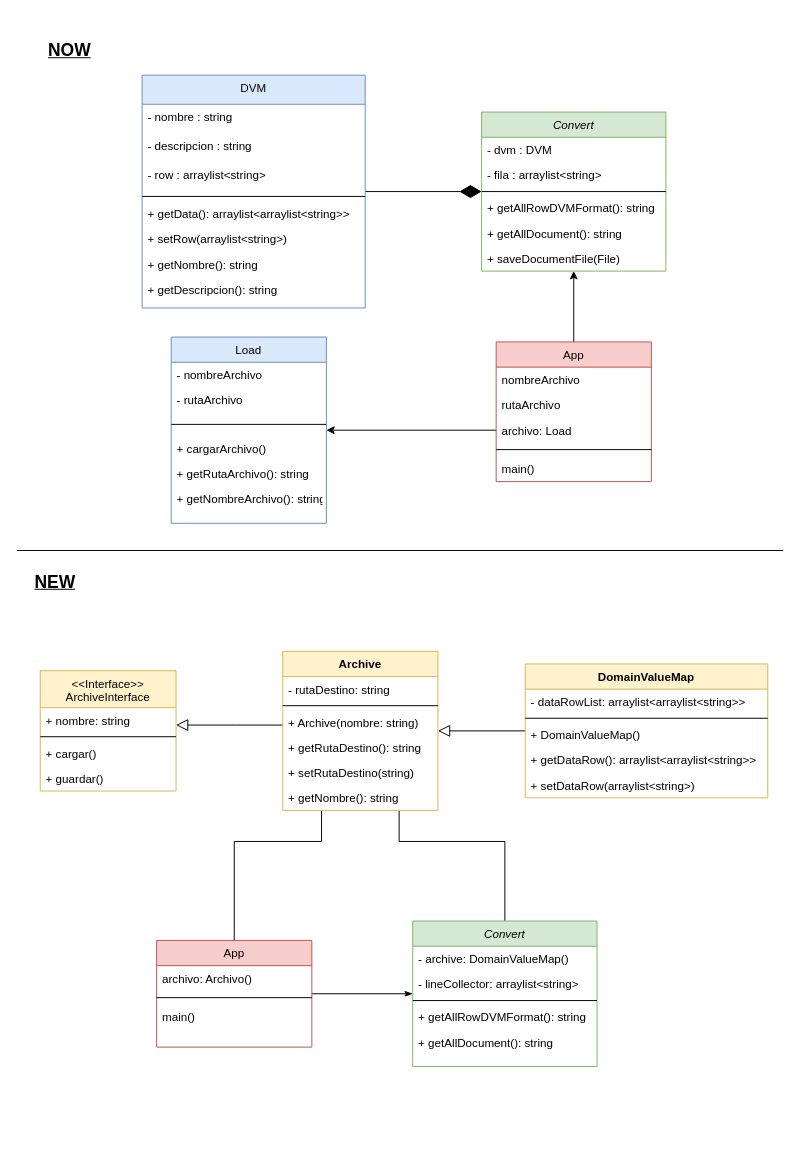
The draw.io diagram doc/diagrama_de_clase/ExcelToDVM.drawio in mbrantt/excel-to-dvm, before the edit. Source tidied: cells renumbered, new cells numbered last; positions are measured from the earlier drawing's top-left corner, leaving out a move shared by most shapes. Both pictures are drawn from the tidied source at 97%, with x=0, y=0 at pixel (16, 26).
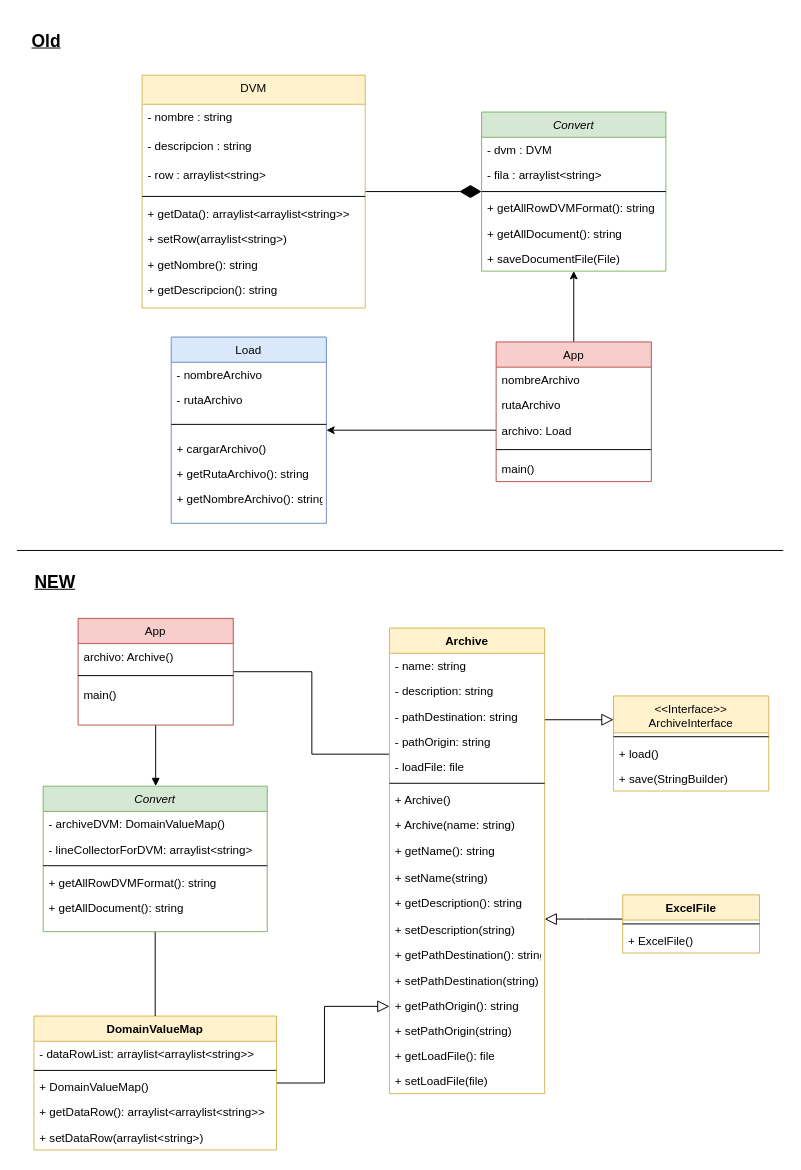
After the change.

Commit message:
update diagram of class

Diff of the diagram source:
```diff
@@
     <mxCell id="6" style="edgeStyle=orthogonalEdgeStyle;rounded=0;jettySize=auto;html=1;endArrow=block;endFill=0;endSize=10;strokeWidth=1;" parent="1" edge="1" source="53" target="46">
-      <mxGeometry relative="1" as="geometry" />
+      <mxGeometry relative="1" as="geometry">
+        <Array as="points">
+          <mxPoint x="317" y="1089" />
+          <mxPoint x="317" y="1010" />
+        </Array>
+      </mxGeometry>
     </mxCell>
-    <mxCell id="7" style="edgeStyle=orthogonalEdgeStyle;rounded=0;jettySize=auto;html=1;endArrow=block;endFill=0;endSize=10;strokeWidth=1;" parent="1" edge="1" source="46" target="41">
-      <mxGeometry relative="1" as="geometry">
-        <Array as="points">
-          <mxPoint x="225" y="720" />
-          <mxPoint x="225" y="720" />
-        </Array>
-      </mxGeometry>
-    </mxCell>
-    <mxCell id="8" style="edgeStyle=orthogonalEdgeStyle;rounded=0;jettySize=auto;html=1;endArrow=none;endFill=0;endSize=10;strokeWidth=1;exitX=0.5;exitY=0;exitDx=0;exitDy=0;entryX=0.75;entryY=1;entryDx=0;entryDy=0;" parent="1" edge="1" source="59" target="46">
-      <mxGeometry relative="1" as="geometry">
-        <Array as="points">
-          <mxPoint x="503" y="840" />
-          <mxPoint x="394" y="840" />
-        </Array>
-      </mxGeometry>
-    </mxCell>
-    <mxCell id="9" style="edgeStyle=orthogonalEdgeStyle;rounded=0;jettySize=auto;html=1;endArrow=none;endFill=0;endSize=10;strokeWidth=1;exitX=0.5;exitY=0;exitDx=0;exitDy=0;entryX=0.25;entryY=1;entryDx=0;entryDy=0;" parent="1" edge="1" source="65" target="46">
-      <mxGeometry relative="1" as="geometry">
-        <Array as="points">
-          <mxPoint x="224" y="840" />
-          <mxPoint x="314" y="840" />
-        </Array>
-      </mxGeometry>
-    </mxCell>
-    <mxCell id="10" style="edgeStyle=orthogonalEdgeStyle;rounded=0;jettySize=auto;html=1;endArrow=classicThin;endFill=1;endSize=6;strokeWidth=1;" parent="1" edge="1" source="65" target="59">
-      <mxGeometry relative="1" as="geometry" />
-    </mxCell>
-    <mxCell id="11" value="&lt;h2&gt;&lt;u&gt;NOW&lt;/u&gt;&lt;/h2&gt;" style="text;html=1;align=center;verticalAlign=middle;" parent="1" vertex="1">
-      <mxGeometry x="24" width="60" height="50" as="geometry" />
+    <mxCell id="11" value="&lt;h2&gt;&lt;u&gt;Old&lt;/u&gt;&lt;br&gt;&lt;/h2&gt;" style="text;html=1;align=center;verticalAlign=middle;" parent="1" vertex="1">
+      <mxGeometry x="5" y="-10" width="50" height="50" as="geometry" />
     </mxCell>
-    <mxCell id="12" value="DVM" style="swimlane;fontStyle=0;align=center;verticalAlign=top;horizontal=1;startSize=30;rounded=0;shadow=0;strokeWidth=1;fillColor=#dae8fc;strokeColor=#6c8ebf;" parent="1" vertex="1">
+    <mxCell id="12" value="DVM" style="swimlane;fontStyle=0;align=center;verticalAlign=top;horizontal=1;startSize=30;rounded=0;shadow=0;strokeWidth=1;fillColor=#fff2cc;strokeColor=#d6b656;" parent="1" vertex="1">
       <mxGeometry x="129" y="50" width="230" height="240" as="geometry" />
     </mxCell>
@@
-    <mxCell id="41" value="&lt;&lt;Interface&gt;&gt;&#10;ArchiveInterface&#10;" style="swimlane;fontStyle=0;horizontal=1;startSize=38;fillColor=#fff2cc;align=center;html=0;verticalAlign=top;strokeColor=#d6b656;" parent="1" vertex="1">
-      <mxGeometry x="24" y="664" width="140" height="124" as="geometry" />
-    </mxCell>
-    <mxCell id="42" value="+ nombre: string" style="text;strokeColor=none;fillColor=none;align=left;verticalAlign=top;spacingLeft=4;spacingRight=4;overflow=hidden;" parent="41" vertex="1">
-      <mxGeometry y="38" width="140" height="26" as="geometry" />
-    </mxCell>
-    <mxCell id="43" style="line;strokeWidth=1;fillColor=none;align=left;verticalAlign=middle;spacingTop=-1;spacingLeft=3;spacingRight=3;labelPosition=right;html=0;" parent="41" vertex="1">
-      <mxGeometry y="64" width="140" height="8" as="geometry" />
-    </mxCell>
-    <mxCell id="44" value="+ cargar()" style="text;strokeColor=none;fillColor=none;align=left;verticalAlign=top;spacingLeft=4;spacingRight=4;overflow=hidden;" parent="41" vertex="1">
-      <mxGeometry y="72" width="140" height="26" as="geometry" />
-    </mxCell>
-    <mxCell id="45" value="+ guardar()" style="text;strokeColor=none;fillColor=none;align=left;verticalAlign=top;spacingLeft=4;spacingRight=4;overflow=hidden;" parent="41" vertex="1">
-      <mxGeometry y="98" width="140" height="26" as="geometry" />
-    </mxCell>
-    <mxCell id="46" value="Archive" style="swimlane;fontStyle=1;align=center;verticalAlign=top;horizontal=1;startSize=26;html=0;fillColor=#fff2cc;strokeColor=#d6b656;" parent="1" vertex="1">
-      <mxGeometry x="274" y="644" width="160" height="164" as="geometry" />
-    </mxCell>
-    <mxCell id="47" value="- rutaDestino: string" style="text;strokeColor=none;fillColor=none;align=left;verticalAlign=top;spacingLeft=4;spacingRight=4;overflow=hidden;" parent="46" vertex="1">
-      <mxGeometry y="26" width="160" height="26" as="geometry" />
-    </mxCell>
-    <mxCell id="48" style="line;strokeWidth=1;fillColor=none;align=left;verticalAlign=middle;spacingTop=-1;spacingLeft=3;spacingRight=3;labelPosition=right;" parent="46" vertex="1">
-      <mxGeometry y="52" width="160" height="8" as="geometry" />
-    </mxCell>
-    <mxCell id="49" value="+ Archive(nombre: string)" style="text;strokeColor=none;fillColor=none;align=left;verticalAlign=top;spacingLeft=4;spacingRight=4;overflow=hidden;" parent="46" vertex="1">
-      <mxGeometry y="60" width="160" height="26" as="geometry" />
-    </mxCell>
-    <mxCell id="50" value="+ getRutaDestino(): string" style="text;strokeColor=none;fillColor=none;align=left;verticalAlign=top;spacingLeft=4;spacingRight=4;overflow=hidden;" parent="46" vertex="1">
-      <mxGeometry y="86" width="160" height="26" as="geometry" />
-    </mxCell>
-    <mxCell id="51" value="+ setRutaDestino(string)" style="text;strokeColor=none;fillColor=none;align=left;verticalAlign=top;spacingLeft=4;spacingRight=4;overflow=hidden;" parent="46" vertex="1">
-      <mxGeometry y="112" width="160" height="26" as="geometry" />
-    </mxCell>
-    <mxCell id="52" value="+ getNombre(): string" style="text;strokeColor=none;fillColor=none;align=left;verticalAlign=top;spacingLeft=4;spacingRight=4;overflow=hidden;" parent="46" vertex="1">
-      <mxGeometry y="138" width="160" height="26" as="geometry" />
-    </mxCell>
+    <mxCell id="69" value="&lt;h2&gt;&lt;u&gt;&lt;font&gt;NEW&lt;/font&gt;&lt;/u&gt;&lt;/h2&gt;" style="text;html=1;align=center;verticalAlign=middle;fontFamily=Helvetica;" parent="1" vertex="1">
+      <mxGeometry x="9" y="548" width="60" height="50" as="geometry" />
+    </mxCell>
+    <mxCell id="7" style="edgeStyle=orthogonalEdgeStyle;rounded=0;jettySize=auto;html=1;entryX=0;entryY=0.25;entryDx=0;entryDy=0;endArrow=block;endFill=0;endSize=10;strokeWidth=1;fontFamily=Helvetica;" parent="1" edge="1" source="46" target="41">
+      <mxGeometry relative="1" as="geometry">
+        <Array as="points">
+          <mxPoint x="523" y="665" />
+        </Array>
+      </mxGeometry>
+    </mxCell>
+    <mxCell id="70" style="edgeStyle=orthogonalEdgeStyle;rounded=0;jettySize=auto;html=1;endArrow=block;endFill=0;endSize=10;strokeWidth=1;fontFamily=Helvetica;" parent="1" edge="1" source="83" target="46">
+      <mxGeometry relative="1" as="geometry">
+        <Array as="points">
+          <mxPoint x="585" y="920" />
+          <mxPoint x="585" y="920" />
+        </Array>
+      </mxGeometry>
+    </mxCell>
+    <mxCell id="10" style="edgeStyle=orthogonalEdgeStyle;rounded=0;jettySize=auto;html=1;endArrow=block;endFill=1;endSize=6;strokeWidth=1;fontFamily=Helvetica;" parent="1" edge="1" source="65" target="59">
+      <mxGeometry relative="1" as="geometry">
+        <Array as="points">
+          <mxPoint x="125" y="790" />
+          <mxPoint x="125" y="790" />
+        </Array>
+      </mxGeometry>
+    </mxCell>
+    <mxCell id="9" style="edgeStyle=orthogonalEdgeStyle;rounded=0;jettySize=auto;html=1;endArrow=none;endFill=0;endSize=10;strokeWidth=1;fontFamily=Helvetica;" parent="1" edge="1" source="65" target="46">
+      <mxGeometry relative="1" as="geometry">
+        <Array as="points">
+          <mxPoint x="304" y="665" />
+          <mxPoint x="304" y="750" />
+        </Array>
+      </mxGeometry>
+    </mxCell>
     <mxCell id="53" value="DomainValueMap" style="swimlane;fontStyle=1;align=center;verticalAlign=top;horizontal=1;startSize=26;html=0;fillColor=#fff2cc;strokeColor=#d6b656;" parent="1" vertex="1">
-      <mxGeometry x="524" y="657" width="250" height="138" as="geometry" />
+      <mxGeometry x="17.5" y="1020" width="250" height="138" as="geometry" />
     </mxCell>
@@
+    <mxCell id="46" value="Archive" style="swimlane;fontStyle=1;align=center;verticalAlign=top;horizontal=1;startSize=26;html=0;fillColor=#fff2cc;strokeColor=#d6b656;" parent="1" vertex="1">
+      <mxGeometry x="384" y="620" width="160" height="480" as="geometry" />
+    </mxCell>
+    <mxCell id="42" value="- name: string" style="text;strokeColor=none;fillColor=none;align=left;verticalAlign=top;spacingLeft=4;spacingRight=4;overflow=hidden;" parent="46" vertex="1">
+      <mxGeometry y="26" width="160" height="26" as="geometry" />
+    </mxCell>
+    <mxCell id="71" value="- description: string" style="text;strokeColor=none;fillColor=none;align=left;verticalAlign=top;spacingLeft=4;spacingRight=4;overflow=hidden;" parent="46" vertex="1">
+      <mxGeometry y="52" width="160" height="26" as="geometry" />
+    </mxCell>
+    <mxCell id="47" value="- pathDestination: string" style="text;strokeColor=none;fillColor=none;align=left;verticalAlign=top;spacingLeft=4;spacingRight=4;overflow=hidden;" parent="46" vertex="1">
+      <mxGeometry y="78" width="160" height="26" as="geometry" />
+    </mxCell>
+    <mxCell id="72" value="- pathOrigin: string" style="text;strokeColor=none;fillColor=none;align=left;verticalAlign=top;spacingLeft=4;spacingRight=4;overflow=hidden;" parent="46" vertex="1">
+      <mxGeometry y="104" width="160" height="26" as="geometry" />
+    </mxCell>
+    <mxCell id="73" value="- loadFile: file" style="text;strokeColor=none;fillColor=none;align=left;verticalAlign=top;spacingLeft=4;spacingRight=4;overflow=hidden;" parent="46" vertex="1">
+      <mxGeometry y="130" width="160" height="26" as="geometry" />
+    </mxCell>
+    <mxCell id="48" style="line;strokeWidth=1;fillColor=none;align=left;verticalAlign=middle;spacingTop=-1;spacingLeft=3;spacingRight=3;labelPosition=right;" parent="46" vertex="1">
+      <mxGeometry y="156" width="160" height="8" as="geometry" />
+    </mxCell>
+    <mxCell id="74" value="+ Archive()" style="text;strokeColor=none;fillColor=none;align=left;verticalAlign=top;spacingLeft=4;spacingRight=4;overflow=hidden;" parent="46" vertex="1">
+      <mxGeometry y="164" width="160" height="26" as="geometry" />
+    </mxCell>
+    <mxCell id="49" value="+ Archive(name: string)" style="text;strokeColor=none;fillColor=none;align=left;verticalAlign=top;spacingLeft=4;spacingRight=4;overflow=hidden;" parent="46" vertex="1">
+      <mxGeometry y="190" width="160" height="26" as="geometry" />
+    </mxCell>
+    <mxCell id="52" value="+ getName(): string" style="text;strokeColor=none;fillColor=none;align=left;verticalAlign=top;spacingLeft=4;spacingRight=4;overflow=hidden;" parent="46" vertex="1">
+      <mxGeometry y="216" width="160" height="28" as="geometry" />
+    </mxCell>
+    <mxCell id="75" value="+ setName(string)" style="text;strokeColor=none;fillColor=none;align=left;verticalAlign=top;spacingLeft=4;spacingRight=4;overflow=hidden;" parent="46" vertex="1">
+      <mxGeometry y="244" width="160" height="26" as="geometry" />
+    </mxCell>
+    <mxCell id="76" value="+ getDescription(): string" style="text;strokeColor=none;fillColor=none;align=left;verticalAlign=top;spacingLeft=4;spacingRight=4;overflow=hidden;" parent="46" vertex="1">
+      <mxGeometry y="270" width="160" height="28" as="geometry" />
+    </mxCell>
+    <mxCell id="77" value="+ setDescription(string)" style="text;strokeColor=none;fillColor=none;align=left;verticalAlign=top;spacingLeft=4;spacingRight=4;overflow=hidden;" parent="46" vertex="1">
+      <mxGeometry y="298" width="160" height="26" as="geometry" />
+    </mxCell>
+    <mxCell id="50" value="+ getPathDestination(): string" style="text;strokeColor=none;fillColor=none;align=left;verticalAlign=top;spacingLeft=4;spacingRight=4;overflow=hidden;" parent="46" vertex="1">
+      <mxGeometry y="324" width="160" height="26" as="geometry" />
+    </mxCell>
+    <mxCell id="51" value="+ setPathDestination(string)" style="text;strokeColor=none;fillColor=none;align=left;verticalAlign=top;spacingLeft=4;spacingRight=4;overflow=hidden;" parent="46" vertex="1">
+      <mxGeometry y="350" width="160" height="26" as="geometry" />
+    </mxCell>
+    <mxCell id="78" value="+ getPathOrigin(): string" style="text;strokeColor=none;fillColor=none;align=left;verticalAlign=top;spacingLeft=4;spacingRight=4;overflow=hidden;" parent="46" vertex="1">
+      <mxGeometry y="376" width="160" height="26" as="geometry" />
+    </mxCell>
+    <mxCell id="79" value="+ setPathOrigin(string)" style="text;strokeColor=none;fillColor=none;align=left;verticalAlign=top;spacingLeft=4;spacingRight=4;overflow=hidden;" parent="46" vertex="1">
+      <mxGeometry y="402" width="160" height="26" as="geometry" />
+    </mxCell>
+    <mxCell id="80" value="+ getLoadFile(): file" style="text;strokeColor=none;fillColor=none;align=left;verticalAlign=top;spacingLeft=4;spacingRight=4;overflow=hidden;" parent="46" vertex="1">
+      <mxGeometry y="428" width="160" height="26" as="geometry" />
+    </mxCell>
+    <mxCell id="81" value="+ setLoadFile(file)" style="text;strokeColor=none;fillColor=none;align=left;verticalAlign=top;spacingLeft=4;spacingRight=4;overflow=hidden;" parent="46" vertex="1">
+      <mxGeometry y="454" width="160" height="26" as="geometry" />
+    </mxCell>
+    <mxCell id="82" style="edgeStyle=orthogonalEdgeStyle;rounded=0;jettySize=auto;html=1;endArrow=none;endFill=0;endSize=6;strokeWidth=1;fontFamily=Helvetica;" parent="1" edge="1" source="59" target="53">
+      <mxGeometry relative="1" as="geometry" />
+    </mxCell>
     <mxCell id="59" value="Convert" style="swimlane;fontStyle=2;align=center;verticalAlign=top;horizontal=1;startSize=26;rounded=0;shadow=0;strokeWidth=1;fillColor=#d5e8d4;strokeColor=#82b366;" parent="1" vertex="1">
-      <mxGeometry x="408" y="922" width="190" height="150" as="geometry" />
+      <mxGeometry x="27" y="783" width="231" height="150" as="geometry" />
     </mxCell>
-    <mxCell id="60" value="- archive: DomainValueMap()" style="text;align=left;verticalAlign=top;spacingLeft=4;spacingRight=4;overflow=hidden;" parent="59" vertex="1">
-      <mxGeometry y="26" width="190" height="26" as="geometry" />
+    <mxCell id="60" value="- archiveDVM: DomainValueMap()" style="text;align=left;verticalAlign=top;spacingLeft=4;spacingRight=4;overflow=hidden;" parent="59" vertex="1">
+      <mxGeometry y="26" width="231" height="26" as="geometry" />
     </mxCell>
-    <mxCell id="61" value="- lineCollector: arraylist&lt;string&gt;" style="text;align=left;verticalAlign=top;spacingLeft=4;spacingRight=4;overflow=hidden;rounded=0;shadow=0;html=0;" parent="59" vertex="1">
-      <mxGeometry y="52" width="190" height="26" as="geometry" />
+    <mxCell id="61" value="- lineCollectorForDVM: arraylist&lt;string&gt;" style="text;align=left;verticalAlign=top;spacingLeft=4;spacingRight=4;overflow=hidden;rounded=0;shadow=0;html=0;" parent="59" vertex="1">
+      <mxGeometry y="52" width="231" height="26" as="geometry" />
     </mxCell>
     <mxCell id="62" style="line;html=1;strokeWidth=1;align=left;verticalAlign=middle;spacingTop=-1;spacingLeft=3;spacingRight=3;labelPosition=right;" parent="59" vertex="1">
-      <mxGeometry y="78" width="190" height="8" as="geometry" />
+      <mxGeometry y="78" width="231" height="8" as="geometry" />
     </mxCell>
     <mxCell id="63" value="+ getAllRowDVMFormat(): string" style="text;align=left;verticalAlign=top;spacingLeft=4;spacingRight=4;overflow=hidden;" parent="59" vertex="1">
-      <mxGeometry y="86" width="190" height="26" as="geometry" />
+      <mxGeometry y="86" width="231" height="26" as="geometry" />
     </mxCell>
     <mxCell id="64" value="+ getAllDocument(): string" style="text;align=left;verticalAlign=top;spacingLeft=4;spacingRight=4;overflow=hidden;" parent="59" vertex="1">
-      <mxGeometry y="112" width="190" height="26" as="geometry" />
+      <mxGeometry y="112" width="231" height="26" as="geometry" />
     </mxCell>
     <mxCell id="65" value="App" style="swimlane;fontStyle=0;align=center;verticalAlign=top;horizontal=1;startSize=26;rounded=0;shadow=0;strokeWidth=1;fillColor=#f8cecc;strokeColor=#b85450;" parent="1" vertex="1">
-      <mxGeometry x="144" y="942" width="160" height="110" as="geometry" />
+      <mxGeometry x="63" y="610" width="160" height="110" as="geometry" />
     </mxCell>
-    <mxCell id="66" value="archivo: Archivo()" style="text;align=left;verticalAlign=top;spacingLeft=4;spacingRight=4;overflow=hidden;" parent="65" vertex="1">
+    <mxCell id="66" value="archivo: Archive()" style="text;align=left;verticalAlign=top;spacingLeft=4;spacingRight=4;overflow=hidden;" parent="65" vertex="1">
       <mxGeometry y="26" width="160" height="26" as="geometry" />
     </mxCell>
@@
-    <mxCell id="69" value="&lt;h2&gt;&lt;u&gt;&lt;font&gt;NEW&lt;/font&gt;&lt;/u&gt;&lt;/h2&gt;" style="text;html=1;align=center;verticalAlign=middle;fontFamily=Helvetica;" parent="1" vertex="1">
-      <mxGeometry x="9" y="548" width="60" height="50" as="geometry" />
-    </mxCell>
+    <mxCell id="41" value="&lt;&lt;Interface&gt;&gt;&#10;ArchiveInterface&#10;" style="swimlane;fontStyle=0;horizontal=1;startSize=38;fillColor=#fff2cc;align=center;html=0;verticalAlign=top;strokeColor=#d6b656;" parent="1" vertex="1">
+      <mxGeometry x="615" y="690" width="160" height="98" as="geometry" />
+    </mxCell>
+    <mxCell id="43" style="line;strokeWidth=1;fillColor=none;align=left;verticalAlign=middle;spacingTop=-1;spacingLeft=3;spacingRight=3;labelPosition=right;html=0;" parent="41" vertex="1">
+      <mxGeometry y="38" width="160" height="8" as="geometry" />
+    </mxCell>
+    <mxCell id="44" value="+ load()" style="text;strokeColor=none;fillColor=none;align=left;verticalAlign=top;spacingLeft=4;spacingRight=4;overflow=hidden;" parent="41" vertex="1">
+      <mxGeometry y="46" width="160" height="26" as="geometry" />
+    </mxCell>
+    <mxCell id="45" value="+ save(StringBuilder)" style="text;strokeColor=none;fillColor=none;align=left;verticalAlign=top;spacingLeft=4;spacingRight=4;overflow=hidden;" parent="41" vertex="1">
+      <mxGeometry y="72" width="160" height="26" as="geometry" />
+    </mxCell>
+    <mxCell id="83" value="ExcelFile" style="swimlane;fontStyle=1;align=center;verticalAlign=top;horizontal=1;startSize=26;html=0;fillColor=#fff2cc;strokeColor=#d6b656;" parent="1" vertex="1">
+      <mxGeometry x="624.5" y="895" width="141" height="60" as="geometry" />
+    </mxCell>
+    <mxCell id="84" style="line;strokeWidth=1;fillColor=none;align=left;verticalAlign=middle;spacingTop=-1;spacingLeft=3;spacingRight=3;labelPosition=right;" parent="83" vertex="1">
+      <mxGeometry y="26" width="141" height="8" as="geometry" />
+    </mxCell>
+    <mxCell id="85" value="+ ExcelFile()" style="text;align=left;verticalAlign=top;spacingLeft=4;spacingRight=4;overflow=hidden;fontStyle=0;" parent="83" vertex="1">
+      <mxGeometry y="34" width="141" height="26" as="geometry" />
+    </mxCell>
```
